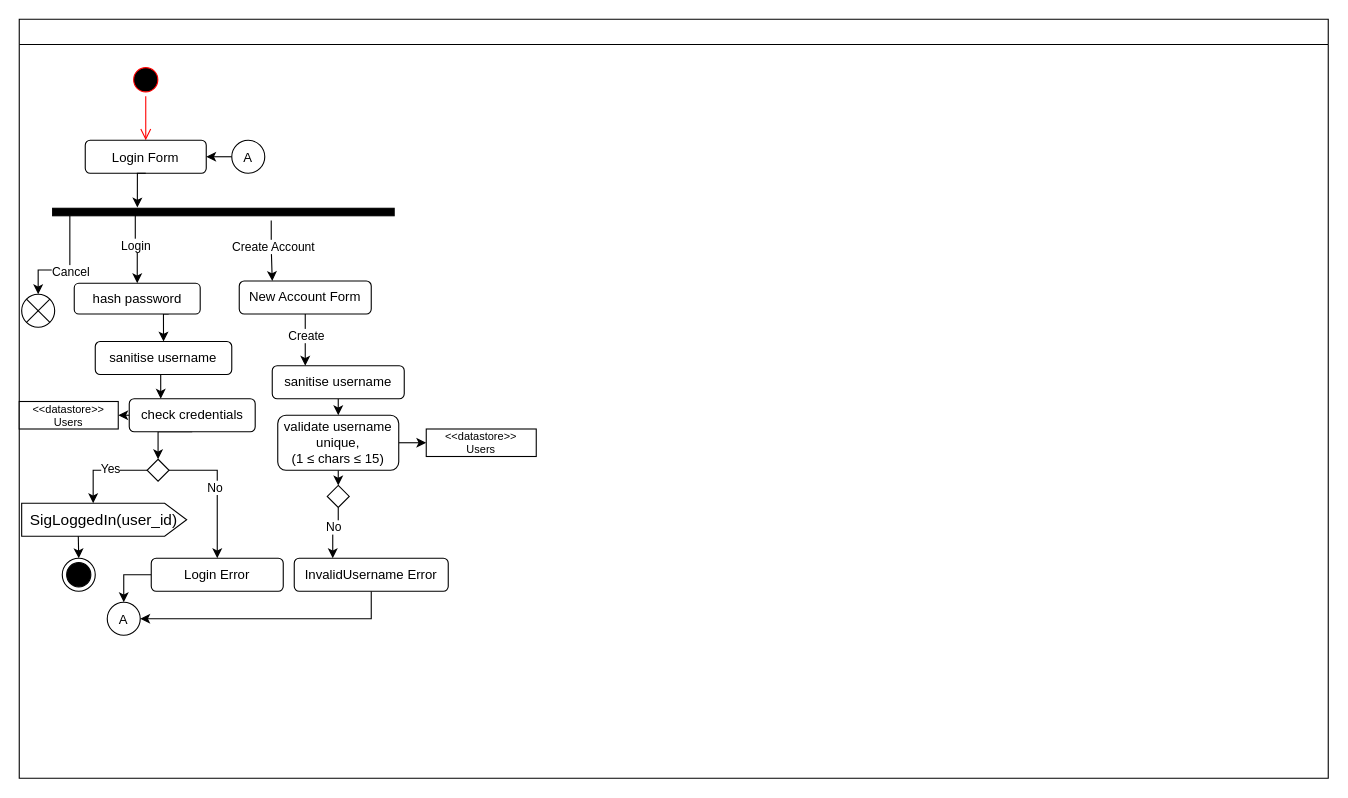
This is Documentation/images/design/Login_System.drawio from JCSnelson/JSnelson-NEA, a draw.io file, before an edit. Source tidied: cells renumbered, new cells numbered last; positions are measured from the earlier drawing's top-left corner, leaving out a move shared by most shapes. Both pictures are drawn from the tidied source at 110%, with x=0, y=0 at pixel (19, 19).
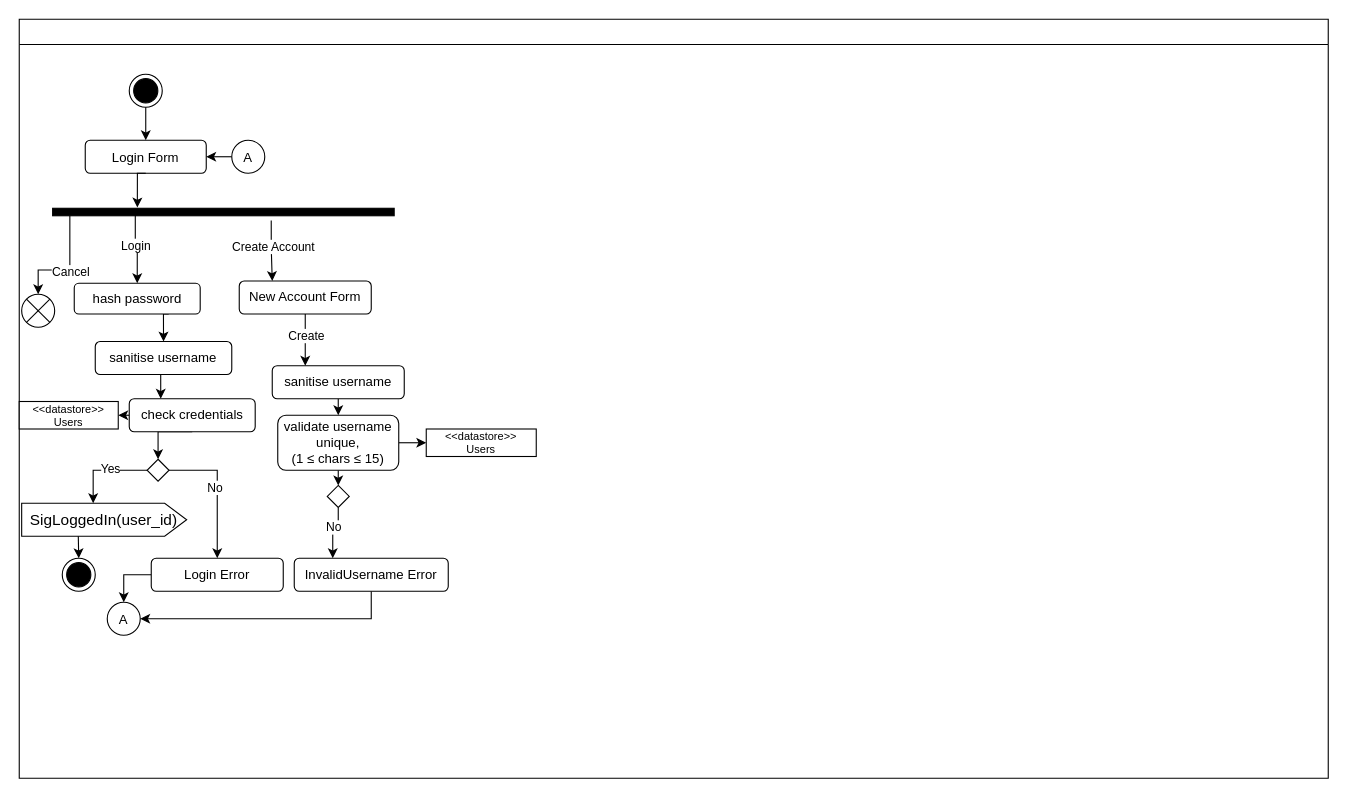
The same page after the edit.

The change refers to these unchanged cells:
```xml
<mxCell id="2" style="swimlane;whiteSpace=wrap;" parent="1" vertex="1">
  <mxGeometry width="1190" height="690" as="geometry" />
</mxCell>
<mxCell id="5" value="Login Form" style="rounded=1;" parent="2" vertex="1">
  <mxGeometry x="60" y="110" width="110" height="30" as="geometry" />
</mxCell>
```

Change to the diagram source:
```diff
@@
-    <mxCell id="3" style="ellipse;shape=startState;fillColor=#000000;strokeColor=#ff0000;" parent="2" vertex="1">
-      <mxGeometry x="100" y="40" width="30" height="30" as="geometry" />
-    </mxCell>
-    <mxCell id="4" style="edgeStyle=elbowEdgeStyle;elbow=horizontal;verticalAlign=bottom;endArrow=open;endSize=8;strokeColor=#FF0000;endFill=1;rounded=0;" parent="2" edge="1" source="3" target="5">
-      <mxGeometry x="100" y="40" as="geometry" />
-    </mxCell>
@@
+    <mxCell id="50" style="edgeStyle=orthogonalEdgeStyle;rounded=0;jettySize=auto;html=1;exitX=0.5;exitY=1;exitDx=0;exitDy=0;entryX=0.5;entryY=0;entryDx=0;entryDy=0;" parent="2" edge="1" source="51" target="5">
+      <mxGeometry relative="1" as="geometry" />
+    </mxCell>
+    <mxCell id="51" style="ellipse;html=1;shape=endState;fillColor=strokeColor;" parent="2" vertex="1">
+      <mxGeometry x="100" y="50" width="30" height="30" as="geometry" />
+    </mxCell>
```
